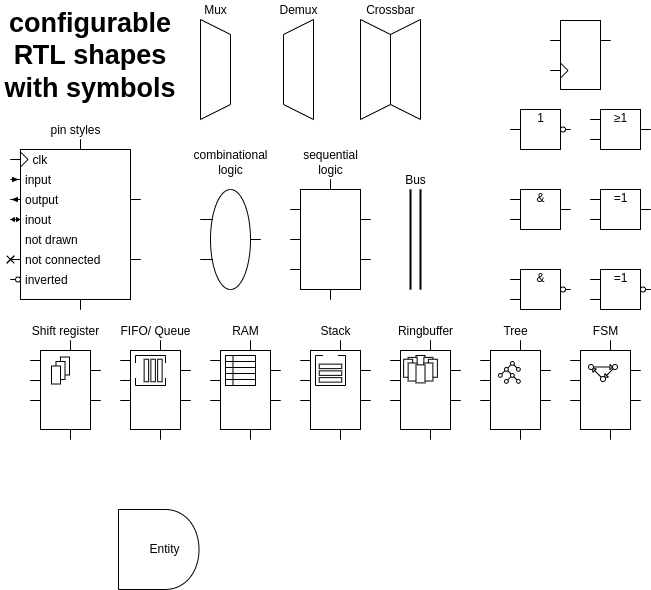
This is doc/overview.dio.png from nopeslide/drawio_rtl_plugin, a draw.io export, as it was before one commit. Source tidied: cells renumbered, new cells last; positions are measured from the earlier drawing's top-left corner, leaving out a move shared by most shapes.
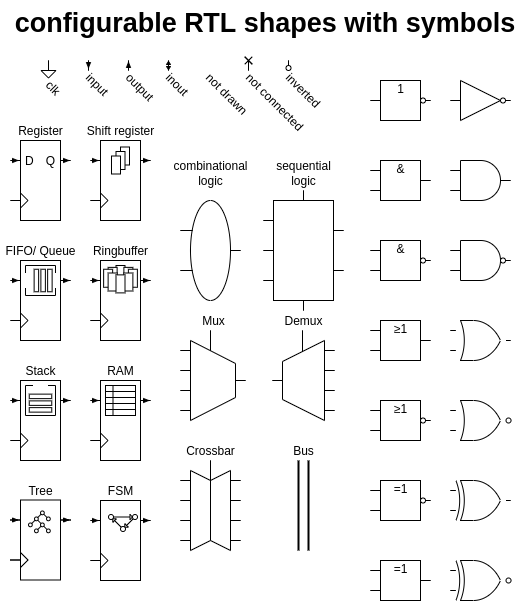
Later version of the same file.

Change to the diagram source:
```diff
@@ -2,74 +2,95 @@
   <root>
     <mxCell id="0" />
     <mxCell id="1" parent="0" />
-    <mxCell id="2" value="Mux" style="shadow=0;dashed=0;align=center;html=1;strokeWidth=1;shape=mxgraph.rtl.abstract.entity;kind=mux;drawPins=0;left=4;right=1;bottom=0;verticalAlign=bottom;labelPosition=center;verticalLabelPosition=top;" parent="1" vertex="1">
-      <mxGeometry x="200" y="19" width="30" height="100" as="geometry" />
+    <mxCell id="2" value="Mux" style="shadow=0;dashed=0;align=center;html=1;strokeWidth=1;shape=mxgraph.rtl.abstract.entity;kind=mux;drawPins=1;left=4;right=1;bottom=0;verticalAlign=bottom;labelPosition=center;verticalLabelPosition=top;" parent="1" vertex="1">
+      <mxGeometry x="120" y="299" width="65" height="100" as="geometry" />
     </mxCell>
-    <mxCell id="3" value="Demux" style="shadow=0;dashed=0;align=center;html=1;strokeWidth=1;shape=mxgraph.rtl.abstract.entity;kind=demux;drawPins=0;left=1;right=4;bottom=0;verticalAlign=bottom;labelPosition=center;verticalLabelPosition=top;" parent="1" vertex="1">
-      <mxGeometry x="283" y="19" width="30" height="100" as="geometry" />
+    <mxCell id="3" value="Demux" style="shadow=0;dashed=0;align=center;html=1;strokeWidth=1;shape=mxgraph.rtl.abstract.entity;kind=demux;drawPins=1;left=1;right=4;bottom=0;verticalAlign=bottom;labelPosition=center;verticalLabelPosition=top;" parent="1" vertex="1">
+      <mxGeometry x="212" y="299" width="62" height="100" as="geometry" />
     </mxCell>
-    <mxCell id="4" value="Crossbar" style="shadow=0;dashed=0;align=center;html=1;strokeWidth=1;shape=mxgraph.rtl.abstract.entity;kind=crossbar;drawPins=0;left=4;right=4;bottom=0;verticalAlign=bottom;labelPosition=center;verticalLabelPosition=top;" parent="1" vertex="1">
-      <mxGeometry x="360" y="19" width="60" height="100" as="geometry" />
+    <mxCell id="4" value="Crossbar" style="shadow=0;dashed=0;align=center;html=1;strokeWidth=1;shape=mxgraph.rtl.abstract.entity;kind=crossbar;drawPins=1;left=4;right=4;bottom=0;verticalAlign=bottom;labelPosition=center;verticalLabelPosition=top;" parent="1" vertex="1">
+      <mxGeometry x="120" y="429" width="60" height="100" as="geometry" />
     </mxCell>
     <mxCell id="5" value="Bus" style="shadow=0;dashed=0;align=center;html=1;strokeWidth=2;shape=mxgraph.rtl.abstract.bus;labelPosition=center;verticalLabelPosition=top;verticalAlign=bottom;" parent="1" vertex="1">
-      <mxGeometry x="410" y="189" width="10" height="100" as="geometry" />
+      <mxGeometry x="238" y="429" width="10" height="90" as="geometry" />
     </mxCell>
     <mxCell id="6" value="combinational&lt;br&gt;logic" style="shadow=0;dashed=0;align=center;html=1;strokeWidth=1;shape=mxgraph.rtl.abstract.entity;kind=combinational;drawPins=1;left=2;right=1;bottom=0;top=0;verticalAlign=bottom;labelPosition=center;verticalLabelPosition=top;" parent="1" vertex="1">
-      <mxGeometry x="200" y="179" width="60" height="120" as="geometry" />
+      <mxGeometry x="120" y="159" width="60" height="120" as="geometry" />
     </mxCell>
     <mxCell id="7" value="sequential&lt;br&gt;logic" style="shadow=0;dashed=0;align=center;html=1;strokeWidth=1;shape=mxgraph.rtl.abstract.entity;drawPins=1;verticalAlign=bottom;labelPosition=center;verticalLabelPosition=top;" parent="1" vertex="1">
-      <mxGeometry x="290" y="179" width="80" height="120" as="geometry" />
+      <mxGeometry x="203" y="159" width="80" height="120" as="geometry" />
     </mxCell>
-    <mxCell id="8" value="pin styles" style="shadow=0;dashed=0;align=center;html=1;strokeWidth=1;shape=mxgraph.rtl.abstract.entity;left=clk:clk,input:i,output:o,inout:io,not drawn:np,not connected:nc,inverted:n;drawPins=1;verticalAlign=bottom;labelPosition=center;verticalLabelPosition=top;" parent="1" vertex="1">
-      <mxGeometry x="10" y="139" width="130" height="170" as="geometry" />
+    <mxCell id="8" style="shadow=0;dashed=0;align=center;html=1;strokeWidth=1;shape=mxgraph.rtl.abstract.entity;left=0;drawPins=1;verticalAlign=bottom;labelPosition=center;verticalLabelPosition=top;externalPins=1;kind=port;right=0;bottom=0;top=clk%3Aclk%2Cinput%3Ai%2Coutput%3Ao%2Cinout%3Aio%2Cnot%20drawn%3Anp%2Cnot%20connected%3Anc%2Cinverted%3An;topRot=315;rightRot=180;" parent="1" vertex="1">
+      <mxGeometry x="-52" y="39" width="335" height="60" as="geometry" />
     </mxCell>
-    <mxCell id="9" style="shadow=0;dashed=0;align=center;html=1;strokeWidth=1;shape=mxgraph.rtl.abstract.entity;left=,:clk;right=,:np;top=0;bottom=0;drawPins=1;" parent="1" vertex="1">
-      <mxGeometry x="550" y="10" width="60" height="89" as="geometry" />
+    <mxCell id="9" value="Register" style="shadow=0;dashed=0;align=center;html=1;strokeWidth=1;shape=mxgraph.rtl.abstract.entity;left=D%3Ai%2C%3Anp%2C%3Aclk;right=Q%3Ao%2C%3Anp%2C%3Anp;top=0;bottom=0;drawPins=1;verticalAlign=bottom;labelPosition=center;verticalLabelPosition=top;externalPins=1;" parent="1" vertex="1">
+      <mxGeometry x="-40" y="109" width="40" height="80" as="geometry" />
     </mxCell>
     <mxCell id="10" value="1" style="shadow=0;dashed=0;align=center;html=1;strokeWidth=1;shape=mxgraph.rtl.abstract.entity;verticalAlign=top;spacing=0;spacingTop=7;left=1;right=:n;top=0;bottom=0;drawPins=1;" parent="1" vertex="1">
-      <mxGeometry x="510" y="99" width="60" height="60" as="geometry" />
+      <mxGeometry x="310" y="39" width="60" height="60" as="geometry" />
     </mxCell>
     <mxCell id="11" value="&amp;" style="shadow=0;dashed=0;align=center;html=1;strokeWidth=1;shape=mxgraph.rtl.abstract.entity;verticalAlign=top;spacing=0;spacingTop=7;left=2;right=1;top=0;bottom=0;drawPins=1;" parent="1" vertex="1">
-      <mxGeometry x="510" y="179" width="60" height="60" as="geometry" />
+      <mxGeometry x="310" y="119" width="60" height="60" as="geometry" />
     </mxCell>
     <mxCell id="12" value="&amp;" style="shadow=0;dashed=0;align=center;html=1;strokeWidth=1;shape=mxgraph.rtl.abstract.entity;verticalAlign=top;spacing=0;spacingTop=7;left=2;right=:n;top=0;bottom=0;drawPins=1;" parent="1" vertex="1">
-      <mxGeometry x="510" y="259" width="60" height="60" as="geometry" />
+      <mxGeometry x="310" y="199" width="60" height="60" as="geometry" />
     </mxCell>
     <mxCell id="13" value="≥1" style="shadow=0;dashed=0;align=center;html=1;strokeWidth=1;shape=mxgraph.rtl.abstract.entity;verticalAlign=top;spacing=0;spacingTop=7;left=2;right=1;top=0;bottom=0;drawPins=1;" parent="1" vertex="1">
-      <mxGeometry x="590" y="99" width="60" height="60" as="geometry" />
+      <mxGeometry x="310" y="279" width="60" height="60" as="geometry" />
     </mxCell>
     <mxCell id="14" value="=1" style="shadow=0;dashed=0;align=center;html=1;strokeWidth=1;shape=mxgraph.rtl.abstract.entity;verticalAlign=top;spacing=0;spacingTop=7;left=2;right=1;top=0;bottom=0;drawPins=1;" parent="1" vertex="1">
-      <mxGeometry x="590" y="179" width="60" height="60" as="geometry" />
+      <mxGeometry x="310" y="519" width="60" height="60" as="geometry" />
     </mxCell>
     <mxCell id="15" value="=1" style="shadow=0;dashed=0;align=center;html=1;strokeWidth=1;shape=mxgraph.rtl.abstract.entity;verticalAlign=top;spacing=0;spacingTop=7;left=2;right=:n;top=0;bottom=0;drawPins=1;" parent="1" vertex="1">
-      <mxGeometry x="590" y="259" width="60" height="60" as="geometry" />
+      <mxGeometry x="310" y="439" width="60" height="60" as="geometry" />
     </mxCell>
-    <mxCell id="16" value="&lt;b style=&quot;font-size: 27px&quot;&gt;configurable&lt;br&gt;RTL shapes&lt;br&gt;with symbols&lt;br&gt;&lt;/b&gt;" style="text;html=1;strokeColor=none;fillColor=none;align=center;verticalAlign=top;whiteSpace=wrap;rounded=0;" parent="1" vertex="1">
-      <mxGeometry width="180" height="109" as="geometry" />
-    </mxCell>
-    <mxCell id="17" value="Shift register" style="shadow=0;dashed=0;align=center;html=1;strokeWidth=1;shape=mxgraph.rtl.abstract.entity;type=shiftReg;drawPins=1;labelPosition=center;verticalLabelPosition=top;verticalAlign=bottom;" parent="1" vertex="1">
-      <mxGeometry x="30" y="340" width="70" height="99" as="geometry" />
+    <mxCell id="17" value="Shift register" style="shadow=0;dashed=0;align=center;html=1;strokeWidth=1;shape=mxgraph.rtl.abstract.entity;left=%3Ai%2C%3Anp%2C%3Aclk;right=%3Ao%2C%3Anp%2C%3Anp;top=0;bottom=0;drawPins=1;verticalAlign=bottom;labelPosition=center;verticalLabelPosition=top;externalPins=1;type=shiftReg;" parent="1" vertex="1">
+      <mxGeometry x="40" y="109" width="40" height="80" as="geometry" />
     </mxCell>
-    <mxCell id="18" value="FIFO/ Queue" style="shadow=0;dashed=0;align=center;html=1;strokeWidth=1;shape=mxgraph.rtl.abstract.entity;type=fifo;drawPins=1;labelPosition=center;verticalLabelPosition=top;verticalAlign=bottom;" parent="1" vertex="1">
-      <mxGeometry x="120" y="340" width="70" height="99" as="geometry" />
+    <mxCell id="18" value="FIFO/ Queue" style="shadow=0;dashed=0;align=center;html=1;strokeWidth=1;shape=mxgraph.rtl.abstract.entity;left=%3Ai%2C%3Anp%2C%3Aclk;right=%3Ao%2C%3Anp%2C%3Anp;top=0;bottom=0;drawPins=1;verticalAlign=bottom;labelPosition=center;verticalLabelPosition=top;externalPins=1;type=fifo;" parent="1" vertex="1">
+      <mxGeometry x="-40" y="229" width="40" height="80" as="geometry" />
     </mxCell>
-    <mxCell id="19" value="RAM" style="shadow=0;dashed=0;align=center;html=1;strokeWidth=1;shape=mxgraph.rtl.abstract.entity;type=ram;drawPins=1;labelPosition=center;verticalLabelPosition=top;verticalAlign=bottom;" parent="1" vertex="1">
-      <mxGeometry x="210" y="340" width="70" height="99" as="geometry" />
+    <mxCell id="19" value="RAM" style="shadow=0;dashed=0;align=center;html=1;strokeWidth=1;shape=mxgraph.rtl.abstract.entity;left=%3Ai%2C%3Anp%2C%3Aclk;right=%3Ao%2C%3Anp%2C%3Anp;top=0;bottom=0;drawPins=1;verticalAlign=bottom;labelPosition=center;verticalLabelPosition=top;externalPins=1;type=ram;" parent="1" vertex="1">
+      <mxGeometry x="40" y="349" width="40" height="80" as="geometry" />
     </mxCell>
-    <mxCell id="20" value="Stack" style="shadow=0;dashed=0;align=center;html=1;strokeWidth=1;shape=mxgraph.rtl.abstract.entity;type=stack;drawPins=1;labelPosition=center;verticalLabelPosition=top;verticalAlign=bottom;" parent="1" vertex="1">
-      <mxGeometry x="300" y="340" width="70" height="99" as="geometry" />
+    <mxCell id="20" value="Stack" style="shadow=0;dashed=0;align=center;html=1;strokeWidth=1;shape=mxgraph.rtl.abstract.entity;left=%3Ai%2C%3Anp%2C%3Aclk;right=%3Ao%2C%3Anp%2C%3Anp;top=0;bottom=0;drawPins=1;verticalAlign=bottom;labelPosition=center;verticalLabelPosition=top;externalPins=1;type=stack;" parent="1" vertex="1">
+      <mxGeometry x="-40" y="349" width="40" height="80" as="geometry" />
     </mxCell>
-    <mxCell id="21" value="Ringbuffer" style="shadow=0;dashed=0;align=center;html=1;strokeWidth=1;shape=mxgraph.rtl.abstract.entity;type=ringbuffer;drawPins=1;labelPosition=center;verticalLabelPosition=top;verticalAlign=bottom;" parent="1" vertex="1">
-      <mxGeometry x="390" y="340" width="70" height="99" as="geometry" />
+    <mxCell id="21" value="Ringbuffer" style="shadow=0;dashed=0;align=center;html=1;strokeWidth=1;shape=mxgraph.rtl.abstract.entity;left=%3Ai%2C%3Anp%2C%3Aclk;right=%3Ao%2C%3Anp%2C%3Anp;top=0;bottom=0;drawPins=1;verticalAlign=bottom;labelPosition=center;verticalLabelPosition=top;externalPins=1;type=ringbuffer;" parent="1" vertex="1">
+      <mxGeometry x="40" y="229" width="40" height="80" as="geometry" />
     </mxCell>
-    <mxCell id="22" value="Tree" style="shadow=0;dashed=0;align=center;html=1;strokeWidth=1;shape=mxgraph.rtl.abstract.entity;type=tree;drawPins=1;labelPosition=center;verticalLabelPosition=top;verticalAlign=bottom;" parent="1" vertex="1">
-      <mxGeometry x="480" y="340" width="70" height="99" as="geometry" />
+    <mxCell id="22" value="Tree" style="shadow=0;dashed=0;align=center;html=1;strokeWidth=1;shape=mxgraph.rtl.abstract.entity;left=%3Ai%2C%3Anp%2C%3Aclk;right=%3Ao%2C%3Anp%2C%3Anp;top=0;bottom=0;drawPins=1;verticalAlign=bottom;labelPosition=center;verticalLabelPosition=top;externalPins=1;type=tree;" parent="1" vertex="1">
+      <mxGeometry x="-40" y="468.5" width="40" height="80" as="geometry" />
     </mxCell>
-    <mxCell id="23" value="FSM" style="shadow=0;dashed=0;align=center;html=1;strokeWidth=1;shape=mxgraph.rtl.abstract.entity;type=fsm;drawPins=1;labelPosition=center;verticalLabelPosition=top;verticalAlign=bottom;" parent="1" vertex="1">
-      <mxGeometry x="570" y="340" width="70" height="99" as="geometry" />
+    <mxCell id="23" value="FSM" style="shadow=0;dashed=0;align=center;html=1;strokeWidth=1;shape=mxgraph.rtl.abstract.entity;left=%3Ai%2C%3Anp%2C%3Aclk;right=%3Ao%2C%3Anp%2C%3Anp;top=0;bottom=0;drawPins=1;verticalAlign=bottom;labelPosition=center;verticalLabelPosition=top;externalPins=1;type=fsm;type_loc=top;" parent="1" vertex="1">
+      <mxGeometry x="40" y="469" width="40" height="80" as="geometry" />
     </mxCell>
-    <mxCell id="24" value="Entity" style="shadow=0;dashed=0;align=center;html=1;strokeWidth=1;shape=mxgraph.rtl.abstract.entity;kind=and;drawPins=0;left=3;right=2;bottom=0;top=0;" parent="1" vertex="1">
-      <mxGeometry x="118" y="509" width="92" height="80" as="geometry" />
-    </mxCell>
+    <mxCell id="25" style="shadow=0;dashed=0;align=center;html=1;strokeWidth=1;shape=mxgraph.rtl.abstract.entity;verticalAlign=top;spacing=0;spacingTop=7;left=1;right=:n;top=0;bottom=0;drawPins=1;kind=buffer;" parent="1" vertex="1">
+      <mxGeometry x="390" y="39" width="60" height="60" as="geometry" />
+    </mxCell>
+    <mxCell id="26" style="shadow=0;dashed=0;align=center;html=1;strokeWidth=1;shape=mxgraph.rtl.abstract.entity;verticalAlign=top;spacing=0;spacingTop=7;left=2;right=1;top=0;bottom=0;drawPins=1;kind=and;leftArr=,;" parent="1" vertex="1">
+      <mxGeometry x="390" y="119" width="60" height="60" as="geometry" />
+    </mxCell>
+    <mxCell id="27" style="shadow=0;dashed=0;align=center;html=1;strokeWidth=1;shape=mxgraph.rtl.abstract.entity;verticalAlign=top;spacing=0;spacingTop=7;left=2;right=%3An;top=0;bottom=0;drawPins=1;kind=and;leftArr=,;" parent="1" vertex="1">
+      <mxGeometry x="390" y="199" width="60" height="60" as="geometry" />
+    </mxCell>
+    <mxCell id="28" style="shadow=0;dashed=0;align=center;html=1;strokeWidth=1;shape=mxgraph.rtl.abstract.entity;verticalAlign=top;spacing=0;spacingTop=7;left=2;right=1;top=0;bottom=0;drawPins=1;kind=xor;leftArr=,;externalPins=0;" parent="1" vertex="1">
+      <mxGeometry x="390" y="439" width="60" height="60" as="geometry" />
+    </mxCell>
+    <mxCell id="29" style="shadow=0;dashed=0;align=center;html=1;strokeWidth=1;shape=mxgraph.rtl.abstract.entity;verticalAlign=top;spacing=0;spacingTop=7;left=2;right=%3An;top=0;bottom=0;drawPins=1;kind=xor;leftArr=,;externalPins=0;" parent="1" vertex="1">
+      <mxGeometry x="390" y="519" width="60" height="60" as="geometry" />
+    </mxCell>
+    <mxCell id="30" style="shadow=0;dashed=0;align=center;html=1;strokeWidth=1;shape=mxgraph.rtl.abstract.entity;verticalAlign=top;spacing=0;spacingTop=7;left=2;right=1;top=0;bottom=0;drawPins=1;kind=or;leftArr=,;externalPins=0;" parent="1" vertex="1">
+      <mxGeometry x="390" y="279" width="60" height="60" as="geometry" />
+    </mxCell>
+    <mxCell id="31" style="shadow=0;dashed=0;align=center;html=1;strokeWidth=1;shape=mxgraph.rtl.abstract.entity;verticalAlign=top;spacing=0;spacingTop=7;left=2;right=%3An;top=0;bottom=0;drawPins=1;kind=or;leftArr=,;externalPins=0;" parent="1" vertex="1">
+      <mxGeometry x="390" y="359" width="60" height="60" as="geometry" />
+    </mxCell>
+    <mxCell id="32" value="≥1" style="shadow=0;dashed=0;align=center;html=1;strokeWidth=1;shape=mxgraph.rtl.abstract.entity;verticalAlign=top;spacing=0;spacingTop=7;left=2;right=%3An;top=0;bottom=0;drawPins=1;" parent="1" vertex="1">
+      <mxGeometry x="310" y="359" width="60" height="60" as="geometry" />
+    </mxCell>
+    <mxCell id="16" value="&lt;b style=&quot;font-size: 27px&quot;&gt;configurable RTL shapes with symbols&lt;br&gt;&lt;/b&gt;" style="text;html=1;strokeColor=none;fillColor=none;align=center;verticalAlign=top;whiteSpace=wrap;rounded=0;" parent="1" vertex="1">
+      <mxGeometry x="-60" y="-31" width="530" height="50" as="geometry" />
+    </mxCell>
   </root>
 </mxGraphModel>
```
